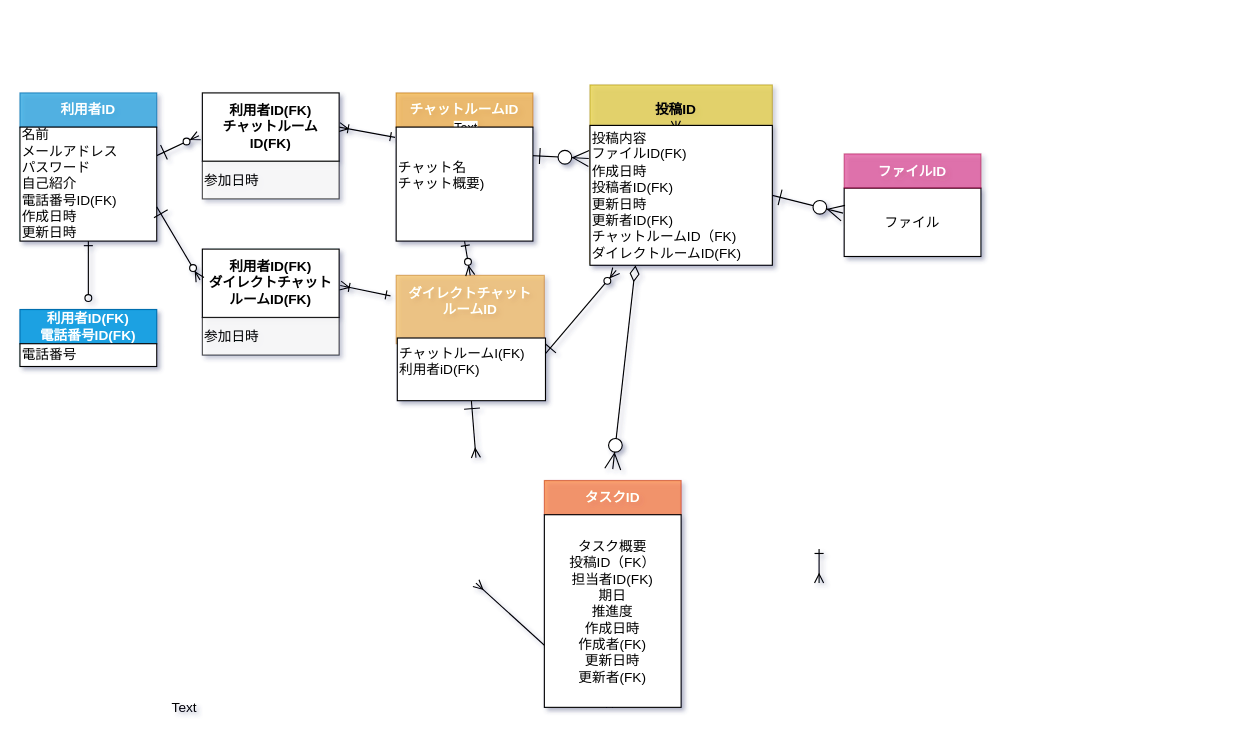
The draw.io diagram db/db-challenge1/db-challenge1.drawio in Yuina1012/quelcode-db, before the edit. Source tidied: cells renumbered, new cells numbered last; positions are measured from the earlier drawing's top-left corner, leaving out a move shared by most shapes. Both pictures are drawn from the tidied source at 114%, with x=0, y=0 at pixel (19, 84).
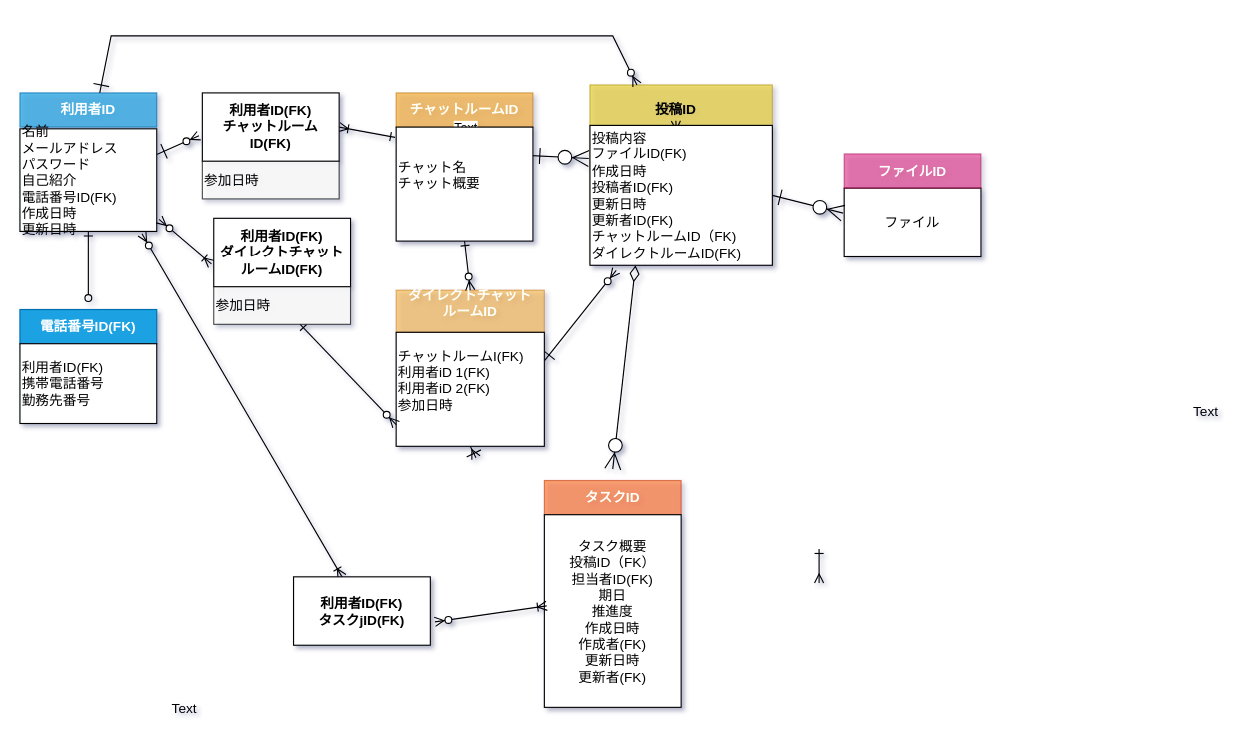
The same diagram, later.

Commit message:
中間テーブル追加

The change refers to these unchanged cells:
```xml
<mxCell id="24" style="rounded=0;whiteSpace=wrap;html=1;fillColor=#e3c800;strokeColor=#B09500;fontColor=#ffffff;opacity=60;" parent="1" vertex="1">
  <mxGeometry x="500" width="160" height="157" as="geometry" />
</mxCell>
<mxCell id="35" value="タスク概要&lt;br&gt;投稿ID（FK）&lt;br&gt;担当者ID(FK)&lt;br&gt;期日&lt;br&gt;推進度&lt;br&gt;作成日時&lt;br&gt;作成者(FK)&lt;br&gt;更新日時&lt;br&gt;更新者(FK)" style="rounded=0;whiteSpace=wrap;html=1;" parent="1" vertex="1">
  <mxGeometry x="460" y="377" width="120" height="169" as="geometry" />
</mxCell>
```

Change to the diagram source:
```diff
@@
-    <mxCell id="3" style="edgeStyle=none;rounded=0;jettySize=auto;html=1;endArrow=oval;endFill=0;startArrow=ERone;startFill=0;" parent="1" edge="1" source="6">
-      <mxGeometry relative="1" as="geometry">
-        <mxPoint x="60" y="187" as="targetPoint" />
-      </mxGeometry>
-    </mxCell>
@@
     <mxCell id="6" value="名前&lt;br&gt;メールアドレス&lt;br&gt;パスワード&lt;br&gt;自己紹介&lt;br&gt;電話番号ID(FK)&lt;br&gt;作成日時&lt;br&gt;更新日時" style="rounded=0;whiteSpace=wrap;html=1;align=left;" parent="1" vertex="1">
-      <mxGeometry y="37" width="120" height="100" as="geometry" />
+      <mxGeometry y="38.5" width="120" height="90" as="geometry" />
     </mxCell>
@@
+    <mxCell id="44" style="edgeStyle=none;rounded=0;jettySize=auto;html=1;startArrow=oval;startFill=0;endArrow=ERone;endFill=0;" parent="1" edge="1" target="6">
+      <mxGeometry relative="1" as="geometry">
+        <mxPoint x="60" y="187" as="sourcePoint" />
+      </mxGeometry>
+    </mxCell>
-    <mxCell id="8" value="&lt;b&gt;利用者ID(FK)&lt;br&gt;電話番号ID(FK)&lt;/b&gt;" style="rounded=0;whiteSpace=wrap;html=1;fillColor=#1ba1e2;strokeColor=#006EAF;fontColor=#ffffff;" parent="1" vertex="1">
+    <mxCell id="8" value="&lt;b&gt;電話番号ID(FK)&lt;/b&gt;" style="rounded=0;whiteSpace=wrap;html=1;fillColor=#1ba1e2;strokeColor=#006EAF;fontColor=#ffffff;" parent="1" vertex="1">
       <mxGeometry y="197" width="120" height="30" as="geometry" />
     </mxCell>
-    <mxCell id="9" value="電話番号" style="rounded=0;whiteSpace=wrap;html=1;align=left;" parent="1" vertex="1">
-      <mxGeometry y="227" width="120" height="20" as="geometry" />
+    <mxCell id="9" value="利用者ID(FK)&lt;br&gt;携帯電話番号&lt;br&gt;勤務先番号&lt;br&gt;" style="rounded=0;whiteSpace=wrap;html=1;align=left;" parent="1" vertex="1">
+      <mxGeometry y="227" width="120" height="70" as="geometry" />
     </mxCell>
@@
-    <mxCell id="17" value="チャット名&lt;br&gt;&lt;div&gt;チャット概要&lt;span&gt;)&lt;/span&gt;&lt;/div&gt;&lt;div&gt;&lt;br&gt;&lt;/div&gt;" style="rounded=0;whiteSpace=wrap;html=1;align=left;" parent="1" vertex="1">
+    <mxCell id="17" value="チャット名&lt;br&gt;&lt;div&gt;チャット概要&lt;/div&gt;&lt;div&gt;&lt;br&gt;&lt;/div&gt;" style="rounded=0;whiteSpace=wrap;html=1;align=left;" parent="1" vertex="1">
       <mxGeometry x="330" y="37" width="120" height="100" as="geometry" />
     </mxCell>
@@
     <mxCell id="20" value="&lt;b&gt;ダイレクトチャット&lt;br&gt;ルームID&lt;br&gt;&lt;br&gt;&lt;/b&gt;" style="rounded=0;whiteSpace=wrap;html=1;fillColor=#f0a30a;strokeColor=#BD7000;fontColor=#ffffff;opacity=50;" parent="1" vertex="1">
-      <mxGeometry x="330" y="167" width="130" height="60" as="geometry" />
+      <mxGeometry x="330" y="180" width="130" height="37" as="geometry" />
     </mxCell>
@@
+    <mxCell id="45" style="edgeStyle=none;rounded=0;jettySize=auto;html=1;entryX=1.017;entryY=0.883;entryDx=0;entryDy=0;entryPerimeter=0;startArrow=ERoneToMany;startFill=0;endArrow=ERzeroToMany;endFill=1;exitX=-0.017;exitY=0.667;exitDx=0;exitDy=0;exitPerimeter=0;" parent="1" edge="1" source="38" target="6">
+      <mxGeometry relative="1" as="geometry" />
+    </mxCell>
-    <mxCell id="23" value="チャットルームI(FK)&lt;br&gt;&lt;div&gt;&lt;span&gt;利用者iD(FK)&lt;/span&gt;&lt;/div&gt;&lt;div&gt;&lt;br&gt;&lt;/div&gt;" style="rounded=0;whiteSpace=wrap;html=1;align=left;" parent="1" vertex="1">
-      <mxGeometry x="331" y="222" width="130" height="55" as="geometry" />
+    <mxCell id="23" value="チャットルームI(FK)&lt;br&gt;&lt;div&gt;&lt;span&gt;利用者iD 1(FK)&lt;/span&gt;&lt;/div&gt;&lt;div&gt;&lt;div&gt;利用者iD 2(FK)&lt;/div&gt;&lt;div&gt;&lt;span&gt;参加日時&lt;/span&gt;&lt;br&gt;&lt;/div&gt;&lt;div&gt;&lt;br&gt;&lt;/div&gt;&lt;/div&gt;" style="rounded=0;whiteSpace=wrap;html=1;align=left;" parent="1" vertex="1">
+      <mxGeometry x="330" y="217" width="130" height="100" as="geometry" />
     </mxCell>
@@
-    <mxCell id="34" style="edgeStyle=none;rounded=0;jettySize=auto;html=1;exitX=0.5;exitY=1;exitDx=0;exitDy=0;startArrow=ERone;startFill=0;endArrow=ERmany;endFill=0;strokeColor=#000000;strokeWidth=1;" parent="1" edge="1" source="35">
-      <mxGeometry relative="1" as="geometry">
-        <mxPoint x="400" y="437" as="targetPoint" />
-      </mxGeometry>
+    <mxCell id="34" style="edgeStyle=none;rounded=0;jettySize=auto;html=1;startArrow=ERoneToMany;startFill=0;endArrow=ERzeroToMany;endFill=1;strokeWidth=1;entryX=0.892;entryY=1.022;entryDx=0;entryDy=0;entryPerimeter=0;" parent="1" edge="1" source="48" target="6">
+      <mxGeometry relative="1" as="geometry" />
     </mxCell>
@@
-    <mxCell id="38" value="&lt;b&gt;利用者ID(FK)&lt;br&gt;ダイレクトチャットルームID(FK)&lt;br&gt;&lt;/b&gt;" style="rounded=0;whiteSpace=wrap;html=1;" parent="1" vertex="1">
-      <mxGeometry x="160" y="144" width="120" height="60" as="geometry" />
-    </mxCell>
-    <mxCell id="39" style="rounded=0;jettySize=auto;html=1;entryX=-0.017;entryY=0.45;entryDx=0;entryDy=0;entryPerimeter=0;startArrow=ERone;startFill=0;endArrow=ERzeroToMany;endFill=1;strokeWidth=1;startSize=12;" parent="1" edge="1" target="38">
+    <mxCell id="39" style="rounded=0;jettySize=auto;html=1;startArrow=ERone;startFill=0;endArrow=ERzeroToMany;endFill=1;strokeWidth=1;startSize=12;" parent="1" edge="1" target="24">
       <mxGeometry relative="1" as="geometry">
-        <mxPoint x="120" y="107" as="sourcePoint" />
+        <mxPoint x="70" y="7" as="sourcePoint" />
         <Array as="points">
-          <mxPoint x="120" y="107" />
+          <mxPoint x="80" y="-43" />
+          <mxPoint x="520" y="-43" />
         </Array>
       </mxGeometry>
     </mxCell>
-    <mxCell id="40" style="edgeStyle=none;rounded=0;jettySize=auto;html=1;exitX=1.008;exitY=0.533;exitDx=0;exitDy=0;startArrow=ERoneToMany;startFill=0;endArrow=ERone;endFill=0;strokeWidth=1;entryX=-0.038;entryY=0.3;entryDx=0;entryDy=0;entryPerimeter=0;exitPerimeter=0;" parent="1" edge="1" source="38" target="20">
-      <mxGeometry relative="1" as="geometry" />
-    </mxCell>
-    <mxCell id="41" value="参加日時" style="rounded=0;whiteSpace=wrap;html=1;opacity=70;align=left;" parent="1" vertex="1">
-      <mxGeometry x="160" y="204" width="120" height="33" as="geometry" />
-    </mxCell>
@@
+    <mxCell id="38" value="&lt;b&gt;利用者ID(FK)&lt;br&gt;ダイレクトチャットルームID(FK)&lt;br&gt;&lt;/b&gt;" style="rounded=0;whiteSpace=wrap;html=1;" parent="1" vertex="1">
+      <mxGeometry x="170" y="117" width="120" height="60" as="geometry" />
+    </mxCell>
+    <mxCell id="46" style="edgeStyle=none;rounded=0;jettySize=auto;html=1;entryX=0;entryY=0.81;entryDx=0;entryDy=0;entryPerimeter=0;startArrow=ERone;startFill=0;endArrow=ERzeroToMany;endFill=1;" parent="1" edge="1" source="41" target="23">
+      <mxGeometry relative="1" as="geometry" />
+    </mxCell>
+    <mxCell id="41" value="参加日時" style="rounded=0;whiteSpace=wrap;html=1;opacity=70;align=left;" parent="1" vertex="1">
+      <mxGeometry x="170" y="177" width="120" height="33" as="geometry" />
+    </mxCell>
+    <mxCell id="47" value="Text" style="text;html=1;align=center;verticalAlign=middle;" parent="1" vertex="1">
+      <mxGeometry x="1020" y="277" width="40" height="20" as="geometry" />
+    </mxCell>
+    <mxCell id="48" value="&lt;b&gt;利用者ID(FK)&lt;br&gt;タスクjID(FK)&lt;br&gt;&lt;/b&gt;" style="rounded=0;whiteSpace=wrap;html=1;" parent="1" vertex="1">
+      <mxGeometry x="240" y="431.5" width="120" height="60" as="geometry" />
+    </mxCell>
+    <mxCell id="49" style="edgeStyle=none;rounded=0;jettySize=auto;html=1;startArrow=ERoneToMany;startFill=0;endArrow=ERzeroToMany;endFill=1;strokeWidth=1;exitX=0.017;exitY=0.473;exitDx=0;exitDy=0;exitPerimeter=0;entryX=1.033;entryY=0.658;entryDx=0;entryDy=0;entryPerimeter=0;" parent="1" edge="1" source="35" target="48">
+      <mxGeometry relative="1" as="geometry" />
+    </mxCell>
```
